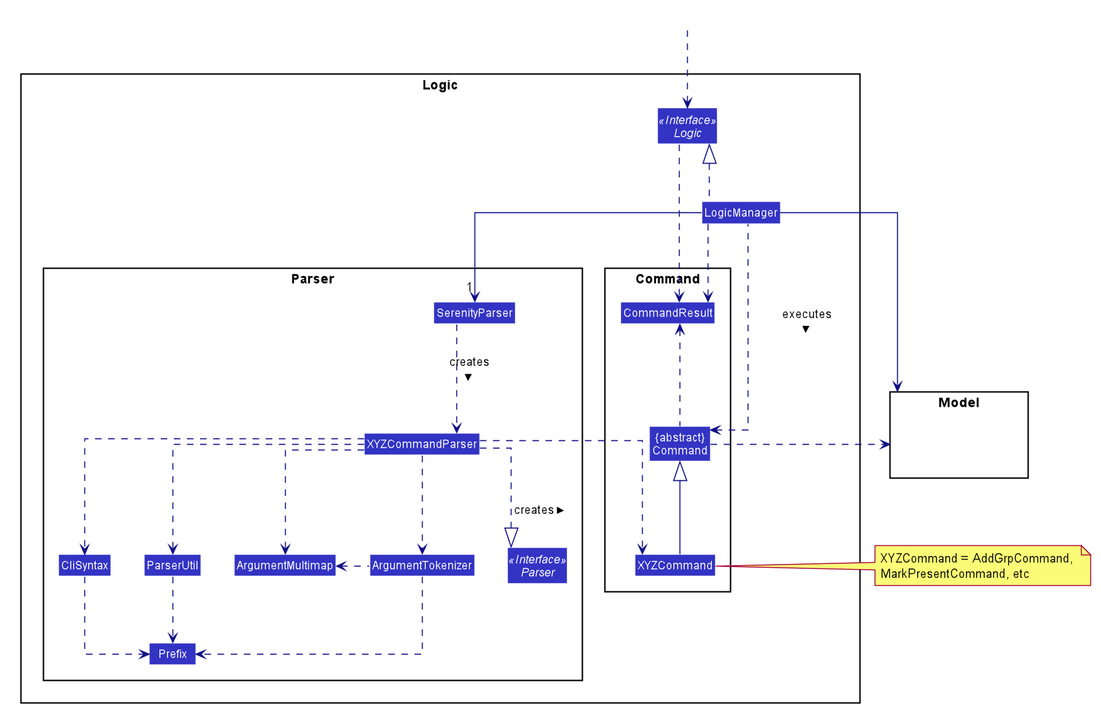
Above: docs/images/LogicClassDiagram.png in xinyee20/tp (PlantUML), before the change.
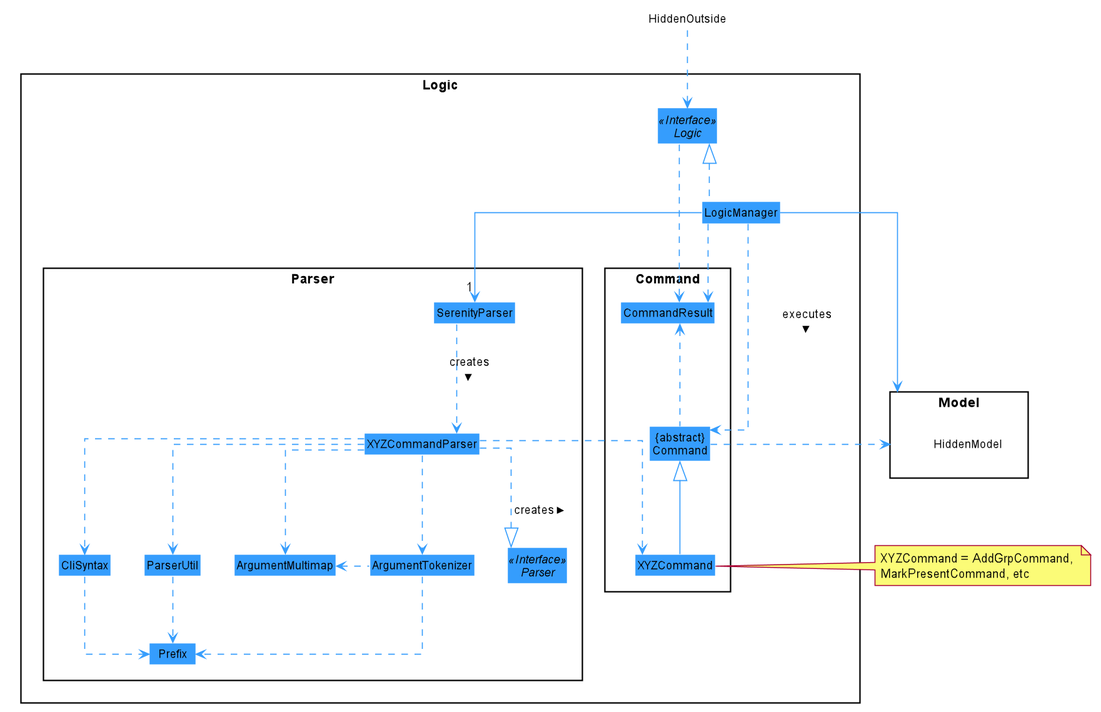
The same diagram one commit later.

Diff of the diagram source:
```diff
@@ -1,5 +1,8 @@
 @startuml
 skinparam linetype ortho
+
+
+
 
 
 
@@ -13,29 +16,32 @@
 skinparam Shadowing false
 
 skinparam Class {
-    FontColor #FFFFFF
+    FontColor #black
     BorderThickness 1
     BorderColor #FFFFFF
-    StereotypeFontColor #FFFFFF
+    StereotypeFontColor #black
     FontName Arial
 }
 
 skinparam Actor {
-    BorderColor #000000
-    Color #000000
+    FontColor #black
+    BorderColor #black
+    Color #black
     FontName Arial
 }
 
 skinparam Sequence {
+    FontColor #black
     MessageAlign center
     BoxFontSize 15
     BoxPadding 0
-    BoxFontColor #FFFFFF
+    BoxFontColor #black
     FontName Arial
 }
 
 skinparam Participant {
-    FontColor #FFFFFFF
+    FontColor #black
+    FontColor #black
     Padding 20
 }
 
@@ -49,8 +55,8 @@
 hide members
 hide circle
 skinparam arrowThickness 1.1
-skinparam arrowColor #101086
-skinparam classBackgroundColor #3333C4
+skinparam arrowColor #359DFD
+skinparam classBackgroundColor #359DFD
 
 package Logic {
 
@@ -86,7 +92,7 @@
 LogicManager -->"1" SerenityParser
 SerenityParser ..> XYZCommandParser: creates >
 
-XYZCommandParser ..> XYZCommand : creates >
+XYZCommandParser .right.> XYZCommand : creates >
 XYZCommandParser ..|> Parser
 XYZCommandParser ..> ArgumentMultimap
 XYZCommandParser ..> ArgumentTokenizer
@@ -97,7 +103,7 @@
 ParserUtil .down.> Prefix
 ArgumentTokenizer .down.> Prefix
 XYZCommand -up-|> Command
-LogicManager .left.> Command : executes >
+LogicManager .right.> Command : executes >
 
 LogicManager -left-> Model
 Command .right.> Model
```
